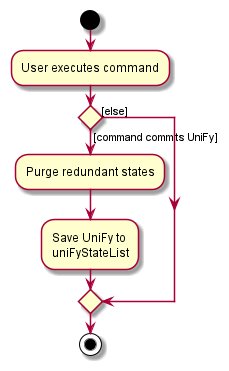
Above: docs/images/CommitActivityDiagram.png in nus-cs2103-AY2122S1/tp (PlantUML), before the change.
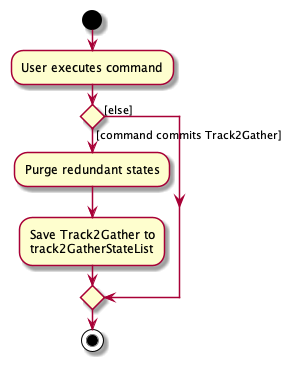
Later version of the same file.

The edit, as a diff of the source:
```diff
@@ -3,10 +3,10 @@
 :User executes command;
 
 
-if () then ([command commits UniFy])
+if () then ([command commits Track2Gather])
     :Purge redundant states;
-    :Save UniFy to
-    uniFyStateList;
+    :Save Track2Gather to
+    track2GatherStateList;
 else ([else])
 endif
 stop
```
